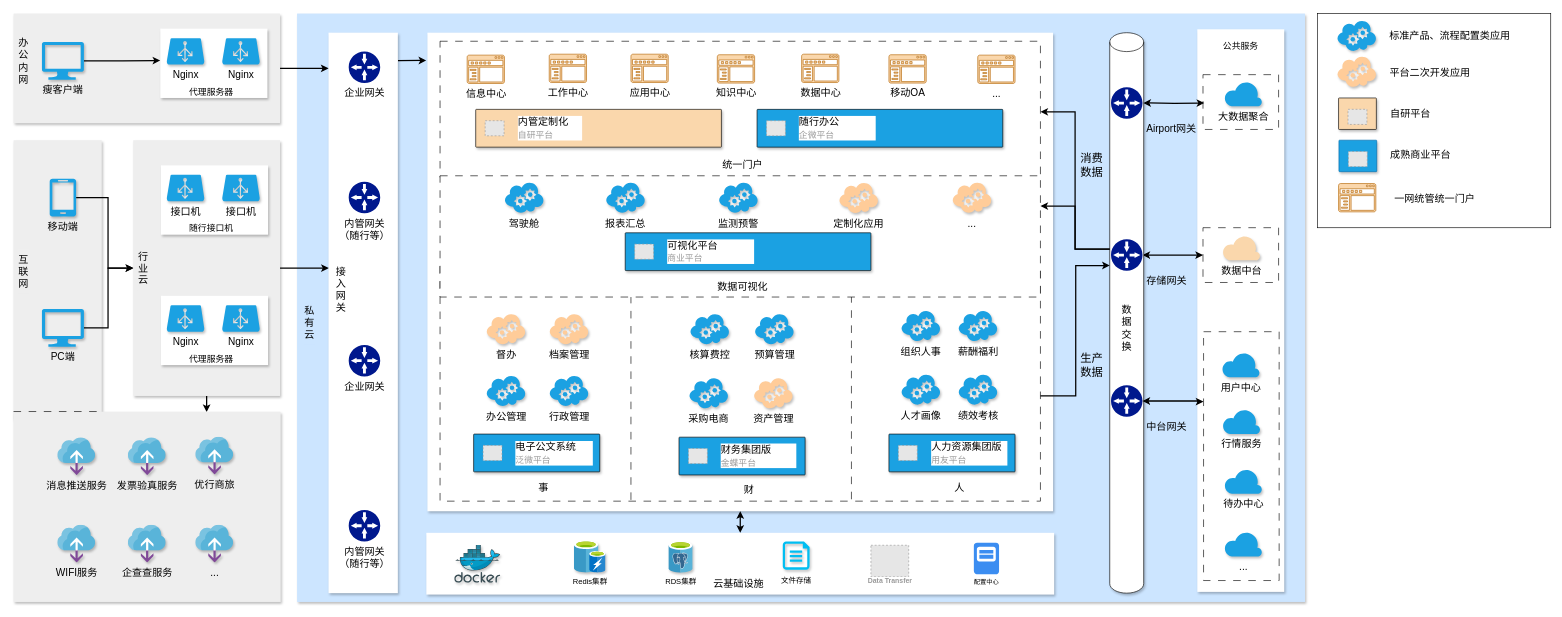
This is page "一网统管架构图New" (10 of 18) of Untitled Diagram.drawio from shiki-mqp/PrivatePods, a draw.io file, before an edit. Source tidied: cells renumbered, new cells numbered last; positions are measured from the earlier drawing's top-left corner, leaving out a move shared by most shapes. Both pictures are drawn from the tidied source at 63%, with x=0, y=0 at pixel (13, 13). Pictures stored in the file or linked from it are replaced by grey dashed boxes.
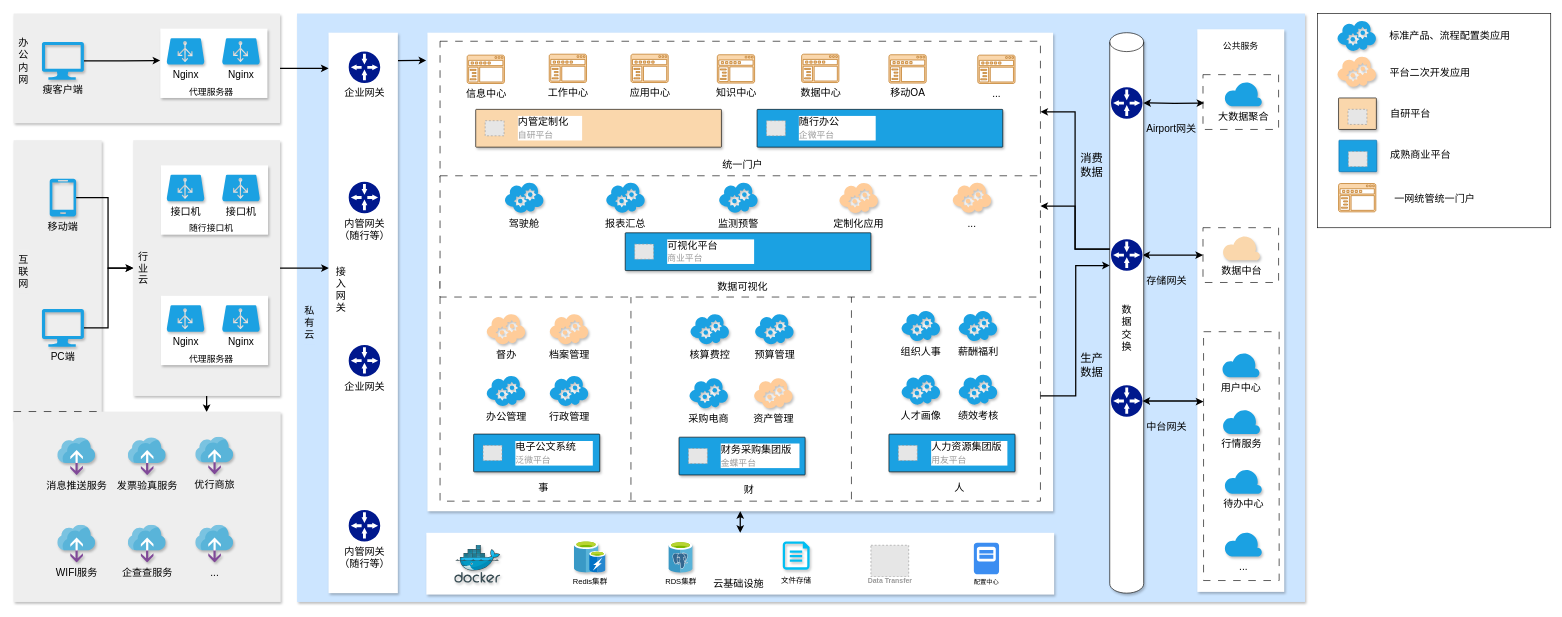
Above is the later version.

Unchanged cells that the change refers to:
```xml
<mxCell id="35" style="strokeColor=#000000;shadow=1;strokeWidth=1;rounded=1;absoluteArcSize=1;arcSize=2;labelBackgroundColor=none;fontSize=16;fillColor=#1ba1e2;fontColor=#ffffff;" parent="34" vertex="1">
  <mxGeometry width="200.2" height="60" as="geometry" />
</mxCell>
```

What changed in the source:
```diff
@@
-    <mxCell id="36" value="&lt;font color=&quot;#000000&quot;&gt;财务集团版&amp;nbsp; &amp;nbsp; &amp;nbsp; &amp;nbsp; &amp;nbsp;&lt;/font&gt;&lt;br&gt;&lt;span style=&quot;font-size: 14px;&quot;&gt;金蝶平台&lt;/span&gt;" style="fillColor=#E6E6E6;strokeColor=#999999;dashed=1;html=1;fontColor=#999999;verticalLabelPosition=middle;labelBackgroundColor=#ffffff;verticalAlign=middle;labelPosition=right;align=left;spacingLeft=20;fontSize=16;" parent="35" vertex="1">
+    <mxCell id="36" value="&lt;font color=&quot;#000000&quot;&gt;财务采购集团版&amp;nbsp; &amp;nbsp;&lt;/font&gt;&lt;br&gt;&lt;span style=&quot;font-size: 14px;&quot;&gt;金蝶平台&lt;/span&gt;" style="fillColor=#E6E6E6;strokeColor=#999999;dashed=1;html=1;fontColor=#999999;verticalLabelPosition=middle;labelBackgroundColor=#ffffff;verticalAlign=middle;labelPosition=right;align=left;spacingLeft=20;fontSize=16;" parent="35" vertex="1">
       <mxGeometry width="30" height="24" relative="1" as="geometry">
         <mxPoint x="15" y="18" as="offset" />
       </mxGeometry>
     </mxCell>
```
